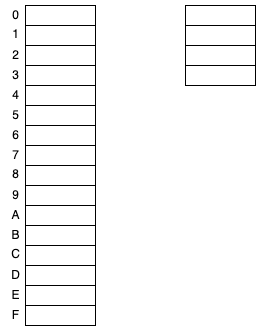
Earlier version of the draw.io export cache1.png (zhaole0606/pic). Source tidied: cells renumbered, new cells last; positions are measured from the earlier drawing's top-left corner, leaving out a move shared by most shapes.
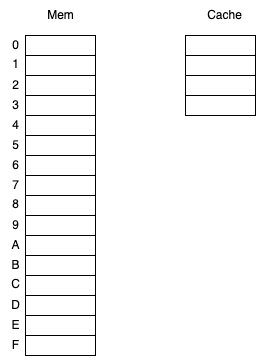
The same file after the commit.

Change to the diagram source:
```diff
@@ -110,5 +110,11 @@
     <mxCell id="37" style="rounded=0;whiteSpace=wrap;html=1;" parent="1" vertex="1">
       <mxGeometry x="185" y="5" width="70" height="20" as="geometry" />
     </mxCell>
+    <mxCell id="38" value="Mem" style="text;html=1;align=center;verticalAlign=middle;strokeColor=none;fillColor=none;" parent="1" vertex="1">
+      <mxGeometry x="35" y="-30" width="50" height="30" as="geometry" />
+    </mxCell>
+    <mxCell id="39" value="Cache" style="text;html=1;align=center;verticalAlign=middle;strokeColor=none;fillColor=none;" parent="1" vertex="1">
+      <mxGeometry x="194" y="-30" width="60" height="30" as="geometry" />
+    </mxCell>
   </root>
 </mxGraphModel>
```
